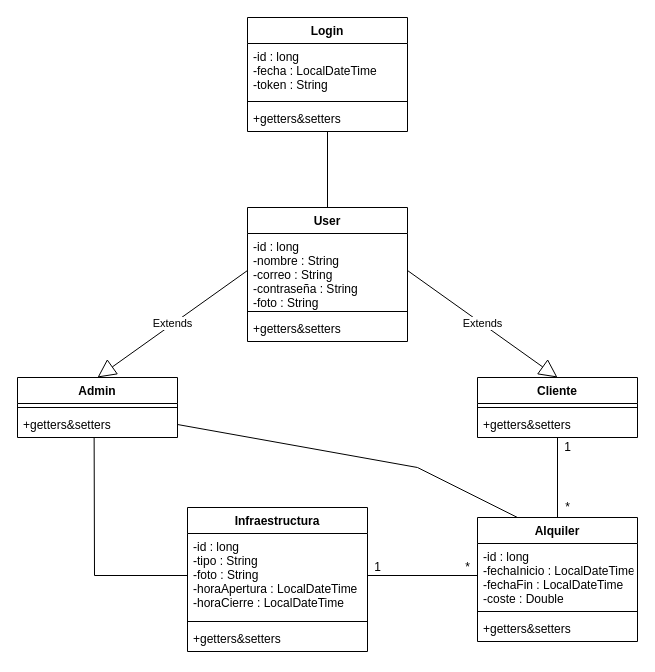
emilio2403/PracticaFinalCursoBack keeps this draw.io diagram as diagram/DCBACK.drawio. Above is the earlier version. Source tidied: cells renumbered, new cells numbered last; positions are measured from the earlier drawing's top-left corner, leaving out a move shared by most shapes. Both pictures are drawn from the tidied source at 100%, with x=0, y=0 at pixel (17, 17).
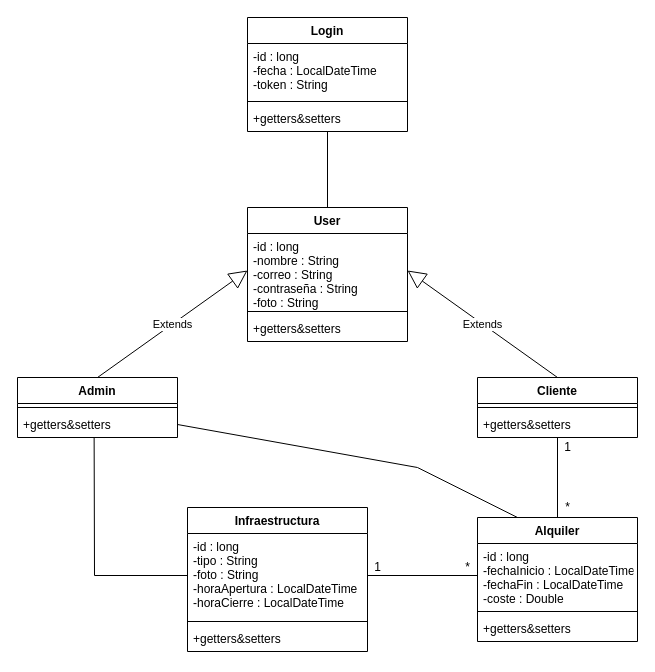
The same diagram, later.

Unchanged cells that the change refers to:
```xml
<mxCell id="3" value="-id : long&#10;-nombre : String&#10;-correo : String&#10;-contraseña : String&#10;-foto : String&#10;" style="text;strokeColor=none;fillColor=none;align=left;verticalAlign=top;spacingLeft=4;spacingRight=4;overflow=hidden;points=[[0,0.5],[1,0.5]];portConstraint=eastwest;" parent="2" vertex="1">
  <mxGeometry y="26" width="160" height="74" as="geometry" />
</mxCell>
<mxCell id="6" value="Admin" style="swimlane;fontStyle=1;align=center;verticalAlign=top;horizontal=1;startSize=26;" parent="1" vertex="1">
  <mxGeometry y="360" width="160" height="60" as="geometry" />
</mxCell>
<mxCell id="13" value="Cliente" style="swimlane;fontStyle=1;align=center;verticalAlign=top;horizontal=1;startSize=26;" parent="1" vertex="1">
  <mxGeometry x="460" y="360" width="160" height="60" as="geometry" />
</mxCell>
```

The edit, as a diff of the source:
```diff
@@
-    <mxCell id="24" value="Extends" style="endArrow=block;endSize=16;endFill=0;html=1;rounded=0;exitX=1;exitY=0.5;exitDx=0;exitDy=0;entryX=0.5;entryY=0;entryDx=0;entryDy=0;" parent="1" edge="1" source="3" target="13">
+    <mxCell id="24" value="Extends" style="endArrow=block;endSize=16;endFill=0;html=1;rounded=0;exitX=0.5;exitY=0;exitDx=0;exitDy=0;entryX=1;entryY=0.5;entryDx=0;entryDy=0;" parent="1" edge="1" source="13" target="3">
       <mxGeometry relative="1" as="geometry" />
     </mxCell>
-    <mxCell id="25" value="Extends" style="endArrow=block;endSize=16;endFill=0;html=1;rounded=0;exitX=0;exitY=0.5;exitDx=0;exitDy=0;entryX=0.5;entryY=0;entryDx=0;entryDy=0;" parent="1" edge="1" source="3" target="6">
+    <mxCell id="25" value="Extends" style="endArrow=block;endSize=16;endFill=0;html=1;rounded=0;exitX=0.5;exitY=0;exitDx=0;exitDy=0;entryX=0;entryY=0.5;entryDx=0;entryDy=0;" parent="1" edge="1" source="6" target="3">
       <mxGeometry relative="1" as="geometry" />
     </mxCell>
```
